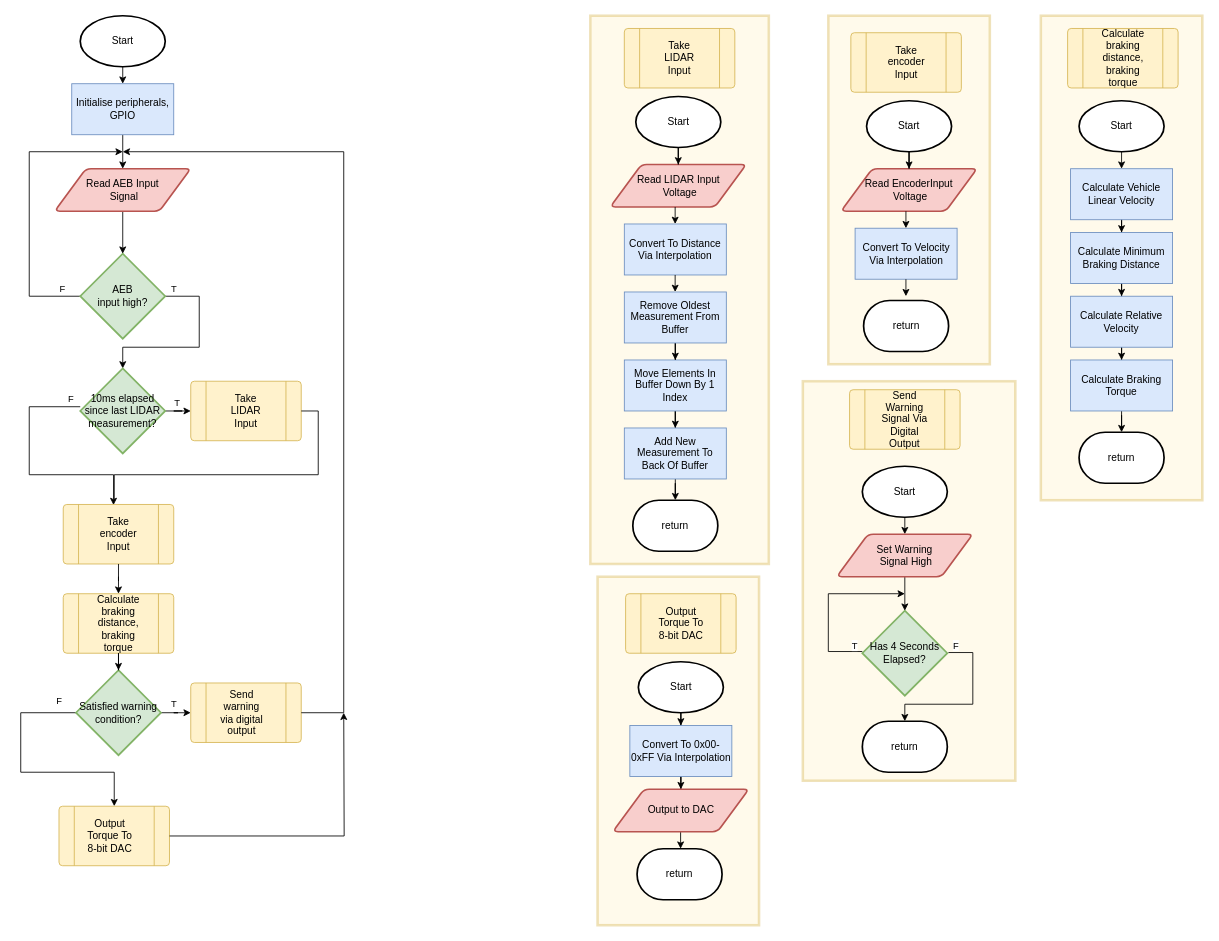
The draw.io diagram page "low_level" (2 of 2) of braking.drawio in Jiarong-Zhang/a2_braking, before the edit. Source tidied: cells renumbered, new cells numbered last; positions are measured from the earlier drawing's top-left corner, leaving out a move shared by most shapes. Both pictures are drawn from the tidied source at 85%, with x=0, y=0 at pixel (20, 15).
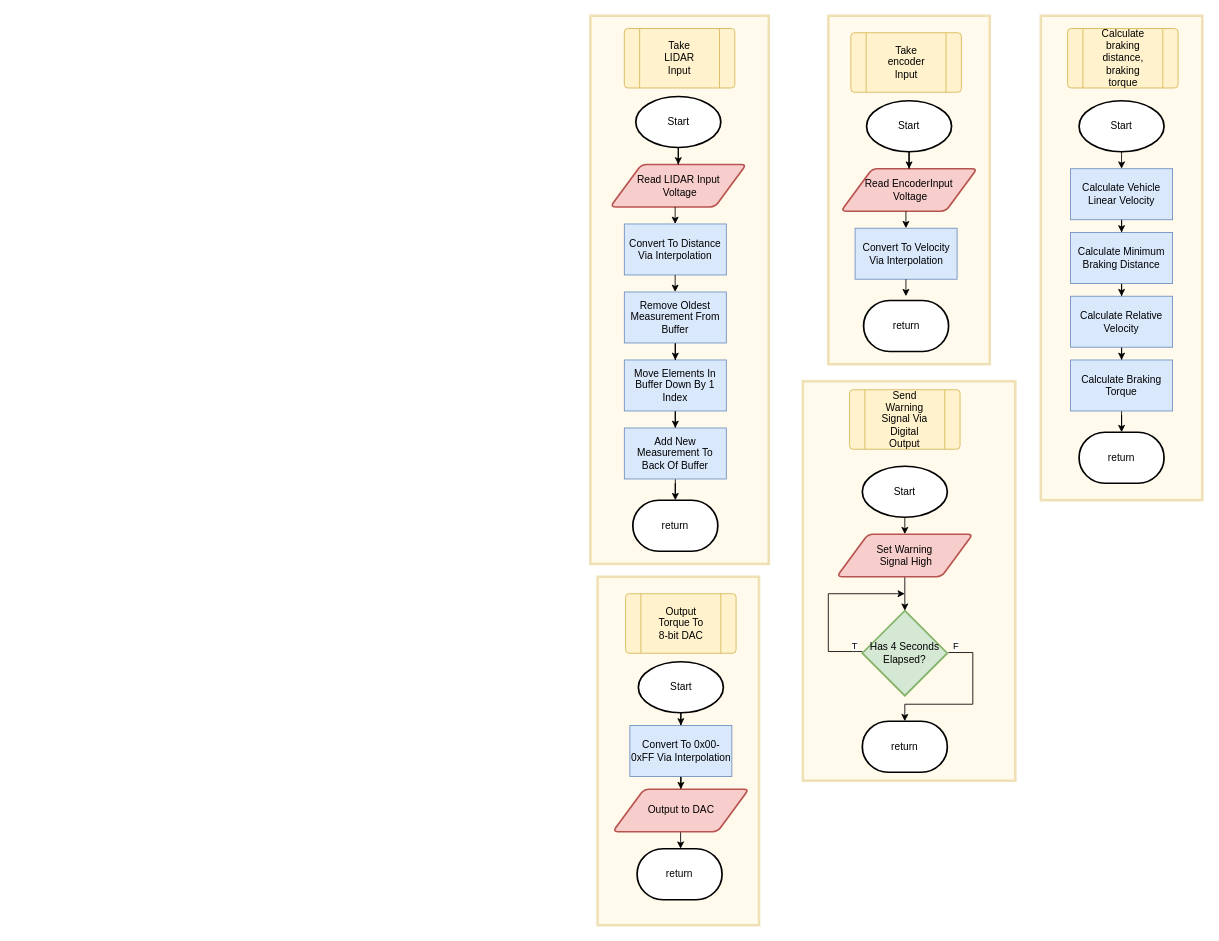
After the change.

What changed in the source:
```diff
@@
-    <mxCell id="3" style="edgeStyle=orthogonalEdgeStyle;rounded=0;jettySize=auto;html=1;exitX=0.5;exitY=1;exitDx=0;exitDy=0;exitPerimeter=0;entryX=0.5;entryY=0;entryDx=0;entryDy=0;" parent="1" edge="1" source="4" target="6">
-      <mxGeometry relative="1" as="geometry" />
-    </mxCell>
-    <mxCell id="4" value="&lt;div&gt;Start&lt;/div&gt;" style="strokeWidth=2;html=1;shape=mxgraph.flowchart.start_1;whiteSpace=wrap;" parent="1" vertex="1">
-      <mxGeometry x="69.9" width="100" height="60" as="geometry" />
-    </mxCell>
-    <mxCell id="5" style="edgeStyle=orthogonalEdgeStyle;rounded=0;jettySize=auto;html=1;exitX=0.5;exitY=1;exitDx=0;exitDy=0;" parent="1" edge="1" source="6" target="45">
-      <mxGeometry relative="1" as="geometry" />
-    </mxCell>
-    <mxCell id="6" value="Initialise peripherals, GPIO" style="rounded=0;whiteSpace=wrap;html=1;fillColor=#dae8fc;strokeColor=#6c8ebf;sketch=0;" parent="1" vertex="1">
-      <mxGeometry x="59.9" y="80" width="120" height="60" as="geometry" />
-    </mxCell>
-    <mxCell id="7" style="edgeStyle=orthogonalEdgeStyle;rounded=0;jettySize=auto;html=1;exitX=0;exitY=0.5;exitDx=0;exitDy=0;exitPerimeter=0;" parent="1" edge="1" source="11">
-      <mxGeometry relative="1" as="geometry">
-        <mxPoint x="119.9" y="160" as="targetPoint" />
-        <Array as="points">
-          <mxPoint x="9.9" y="330" />
-          <mxPoint x="9.9" y="160" />
-        </Array>
-      </mxGeometry>
-    </mxCell>
-    <mxCell id="8" value="F" style="edgeLabel;html=1;align=center;verticalAlign=middle;" parent="7" vertex="1">
-      <mxGeometry x="-0.87" y="2" relative="1" as="geometry">
-        <mxPoint x="1" y="-12" as="offset" />
-      </mxGeometry>
-    </mxCell>
-    <mxCell id="9" style="edgeStyle=orthogonalEdgeStyle;rounded=0;jettySize=auto;html=1;entryX=0.5;entryY=0;entryDx=0;entryDy=0;entryPerimeter=0;endArrow=classic;endFill=1;exitX=1;exitY=0.5;exitDx=0;exitDy=0;exitPerimeter=0;" parent="1" edge="1" source="11" target="16">
-      <mxGeometry relative="1" as="geometry">
-        <Array as="points">
-          <mxPoint x="209.9" y="330" />
-          <mxPoint x="209.9" y="390" />
-          <mxPoint x="119.9" y="390" />
-        </Array>
-      </mxGeometry>
-    </mxCell>
-    <mxCell id="10" value="T" style="edgeLabel;html=1;align=center;verticalAlign=middle;" parent="9" vertex="1">
-      <mxGeometry x="-0.9" relative="1" as="geometry">
-        <mxPoint x="-1" y="-10" as="offset" />
-      </mxGeometry>
-    </mxCell>
-    <mxCell id="11" value="&lt;div&gt;AEB &lt;br&gt;&lt;/div&gt;&lt;div&gt;input high?&lt;/div&gt;" style="strokeWidth=2;html=1;shape=mxgraph.flowchart.decision;whiteSpace=wrap;fillColor=#d5e8d4;strokeColor=#82b366;" parent="1" vertex="1">
-      <mxGeometry x="69.9" y="280" width="100" height="100" as="geometry" />
-    </mxCell>
-    <mxCell id="12" style="edgeStyle=orthogonalEdgeStyle;rounded=0;jettySize=auto;html=1;entryX=0;entryY=0.5;entryDx=0;entryDy=0;" parent="1" edge="1" source="16" target="34">
-      <mxGeometry relative="1" as="geometry" />
-    </mxCell>
-    <mxCell id="13" value="T" style="edgeLabel;html=1;align=center;verticalAlign=middle;" parent="12" vertex="1">
-      <mxGeometry x="-0.25" relative="1" as="geometry">
-        <mxPoint x="-5" y="-10" as="offset" />
-      </mxGeometry>
-    </mxCell>
-    <mxCell id="14" style="edgeStyle=orthogonalEdgeStyle;rounded=0;jettySize=auto;html=1;entryX=0.455;entryY=0.01;entryDx=0;entryDy=0;entryPerimeter=0;" parent="1" edge="1" source="16" target="37">
-      <mxGeometry relative="1" as="geometry">
-        <Array as="points">
-          <mxPoint x="9.9" y="460" />
-          <mxPoint x="9.9" y="540" />
-          <mxPoint x="109.9" y="540" />
-          <mxPoint x="109.9" y="576" />
-        </Array>
-      </mxGeometry>
-    </mxCell>
-    <mxCell id="15" value="F" style="edgeLabel;html=1;align=center;verticalAlign=middle;" parent="14" vertex="1">
-      <mxGeometry x="-0.79" relative="1" as="geometry">
-        <mxPoint x="18" y="-10" as="offset" />
-      </mxGeometry>
-    </mxCell>
-    <mxCell id="16" value="10ms elapsed since last LIDAR measurement?" style="strokeWidth=2;html=1;shape=mxgraph.flowchart.decision;whiteSpace=wrap;fillColor=#d5e8d4;strokeColor=#82b366;" parent="1" vertex="1">
-      <mxGeometry x="69.9" y="415" width="100" height="100" as="geometry" />
-    </mxCell>
-    <mxCell id="17" value="T" style="edgeStyle=orthogonalEdgeStyle;rounded=0;jettySize=auto;html=1;entryX=0;entryY=0.5;entryDx=0;entryDy=0;" parent="1" edge="1" source="20" target="22">
-      <mxGeometry x="0.11" y="10" relative="1" as="geometry" />
-    </mxCell>
-    <mxCell id="18" style="edgeStyle=orthogonalEdgeStyle;rounded=0;jettySize=auto;html=1;entryX=0.5;entryY=0;entryDx=0;entryDy=0;" parent="1" edge="1" source="20" target="25">
-      <mxGeometry relative="1" as="geometry">
-        <Array as="points">
-          <mxPoint x="-0.1" y="820" />
-          <mxPoint x="-0.1" y="890" />
-          <mxPoint x="109.9" y="890" />
-        </Array>
-      </mxGeometry>
-    </mxCell>
-    <mxCell id="19" value="F" style="edgeLabel;html=1;align=center;verticalAlign=middle;" parent="18" vertex="1">
-      <mxGeometry x="-0.86" y="-1" relative="1" as="geometry">
-        <mxPoint y="-14" as="offset" />
-      </mxGeometry>
-    </mxCell>
-    <mxCell id="20" value="Satisfied warning condition?" style="strokeWidth=2;html=1;shape=mxgraph.flowchart.decision;whiteSpace=wrap;fillColor=#d5e8d4;strokeColor=#82b366;" parent="1" vertex="1">
-      <mxGeometry x="64.9" y="770" width="100" height="100" as="geometry" />
-    </mxCell>
-    <mxCell id="21" style="group;" parent="1" vertex="1">
-      <mxGeometry x="199.9" y="785" width="130" height="70" as="geometry" />
-    </mxCell>
-    <mxCell id="22" style="verticalLabelPosition=bottom;verticalAlign=top;html=1;shape=process;whiteSpace=wrap;rounded=1;size=0.14;arcSize=6;fillColor=#fff2cc;strokeColor=#d6b656;" parent="21" vertex="1">
-      <mxGeometry width="130" height="70" as="geometry" />
-    </mxCell>
-    <mxCell id="23" value="&lt;div&gt;Send warning&lt;/div&gt;&lt;div&gt;via digital output&lt;br&gt;&lt;/div&gt;" style="text;html=1;strokeColor=none;fillColor=none;align=center;verticalAlign=middle;whiteSpace=wrap;rounded=0;" parent="21" vertex="1">
-      <mxGeometry x="30" y="20" width="60" height="30" as="geometry" />
-    </mxCell>
-    <mxCell id="24" style="group;" parent="1" vertex="1">
-      <mxGeometry x="44.9" y="930" width="130" height="70" as="geometry" />
-    </mxCell>
-    <mxCell id="25" style="verticalLabelPosition=bottom;verticalAlign=top;html=1;shape=process;whiteSpace=wrap;rounded=1;size=0.14;arcSize=6;fillColor=#fff2cc;strokeColor=#d6b656;" parent="24" vertex="1">
-      <mxGeometry width="130" height="70" as="geometry" />
-    </mxCell>
-    <mxCell id="26" value="Output Torque To 8-bit DAC" style="text;html=1;strokeColor=none;fillColor=none;align=center;verticalAlign=middle;whiteSpace=wrap;rounded=0;" parent="24" vertex="1">
-      <mxGeometry x="30" y="20" width="60" height="30" as="geometry" />
-    </mxCell>
-    <mxCell id="27" style="group;" parent="1" vertex="1">
-      <mxGeometry x="49.9" y="680" width="130" height="70" as="geometry" />
-    </mxCell>
-    <mxCell id="28" style="verticalLabelPosition=bottom;verticalAlign=top;html=1;shape=process;whiteSpace=wrap;rounded=1;size=0.14;arcSize=6;fillColor=#fff2cc;strokeColor=#d6b656;" parent="27" vertex="1">
-      <mxGeometry width="130" height="70" as="geometry" />
-    </mxCell>
-    <mxCell id="29" value="Calculate braking distance, braking torque" style="text;html=1;strokeColor=none;fillColor=none;align=center;verticalAlign=middle;whiteSpace=wrap;rounded=0;" parent="27" vertex="1">
-      <mxGeometry x="35" y="20" width="60" height="30" as="geometry" />
-    </mxCell>
-    <mxCell id="30" style="edgeStyle=orthogonalEdgeStyle;rounded=0;jettySize=auto;html=1;" parent="1" edge="1" source="28" target="20">
-      <mxGeometry relative="1" as="geometry" />
-    </mxCell>
-    <mxCell id="31" style="edgeStyle=orthogonalEdgeStyle;rounded=0;jettySize=auto;html=1;" parent="1" edge="1" source="25">
-      <mxGeometry relative="1" as="geometry">
-        <mxPoint x="379.9" y="820" as="targetPoint" />
-      </mxGeometry>
-    </mxCell>
@@
-    <mxCell id="33" style="group;" parent="1" vertex="1">
-      <mxGeometry x="199.9" y="430" width="130" height="70" as="geometry" />
-    </mxCell>
-    <mxCell id="34" style="verticalLabelPosition=bottom;verticalAlign=top;html=1;shape=process;whiteSpace=wrap;rounded=1;size=0.14;arcSize=6;fillColor=#fff2cc;strokeColor=#d6b656;" parent="33" vertex="1">
-      <mxGeometry width="130" height="70" as="geometry" />
-    </mxCell>
-    <mxCell id="35" value="Take LIDAR Input" style="text;html=1;strokeColor=none;fillColor=none;align=center;verticalAlign=middle;whiteSpace=wrap;rounded=0;" parent="33" vertex="1">
-      <mxGeometry x="35" y="20" width="60" height="30" as="geometry" />
-    </mxCell>
-    <mxCell id="36" style="group;" parent="1" vertex="1">
-      <mxGeometry x="49.9" y="575" width="130" height="70" as="geometry" />
-    </mxCell>
-    <mxCell id="37" style="verticalLabelPosition=bottom;verticalAlign=top;html=1;shape=process;whiteSpace=wrap;rounded=1;size=0.14;arcSize=6;fillColor=#fff2cc;strokeColor=#d6b656;" parent="36" vertex="1">
-      <mxGeometry width="130" height="70" as="geometry" />
-    </mxCell>
-    <mxCell id="38" value="Take encoder Input" style="text;html=1;strokeColor=none;fillColor=none;align=center;verticalAlign=middle;whiteSpace=wrap;rounded=0;" parent="36" vertex="1">
-      <mxGeometry x="35" y="20" width="60" height="30" as="geometry" />
-    </mxCell>
-    <mxCell id="39" style="edgeStyle=orthogonalEdgeStyle;rounded=0;jettySize=auto;html=1;exitX=1;exitY=0.5;exitDx=0;exitDy=0;endArrow=none;endFill=0;" parent="1" edge="1" source="34">
-      <mxGeometry relative="1" as="geometry">
-        <mxPoint x="109.9" y="570" as="targetPoint" />
-        <Array as="points">
-          <mxPoint x="349.9" y="465" />
-          <mxPoint x="349.9" y="540" />
-          <mxPoint x="109.9" y="540" />
-        </Array>
-      </mxGeometry>
-    </mxCell>
-    <mxCell id="40" style="edgeStyle=orthogonalEdgeStyle;rounded=0;jettySize=auto;html=1;endArrow=classic;endFill=1;entryX=0.5;entryY=0;entryDx=0;entryDy=0;" parent="1" edge="1" source="37" target="28">
-      <mxGeometry relative="1" as="geometry" />
-    </mxCell>
@@
-    <mxCell id="44" style="edgeStyle=orthogonalEdgeStyle;rounded=0;jettySize=auto;html=1;endArrow=classic;endFill=1;" parent="1" edge="1" source="45" target="11">
-      <mxGeometry relative="1" as="geometry" />
-    </mxCell>
-    <mxCell id="45" value="&lt;div&gt;Read AEB Input&lt;br&gt;&lt;/div&gt;&lt;div&gt;&amp;nbsp;Signal&lt;/div&gt;" style="shape=parallelogram;html=1;strokeWidth=2;perimeter=parallelogramPerimeter;whiteSpace=wrap;rounded=1;arcSize=12;size=0.23;fillColor=#f8cecc;strokeColor=#b85450;sketch=0;" parent="1" vertex="1">
-      <mxGeometry x="39.9" y="180" width="160" height="50" as="geometry" />
-    </mxCell>
-    <mxCell id="46" style="edgeStyle=orthogonalEdgeStyle;rounded=0;jettySize=auto;html=1;endArrow=classic;endFill=1;" parent="1" edge="1" source="22">
-      <mxGeometry relative="1" as="geometry">
-        <mxPoint x="119.9" y="160" as="targetPoint" />
-        <Array as="points">
-          <mxPoint x="379.9" y="820" />
-          <mxPoint x="379.9" y="160" />
-        </Array>
-      </mxGeometry>
-    </mxCell>
```
